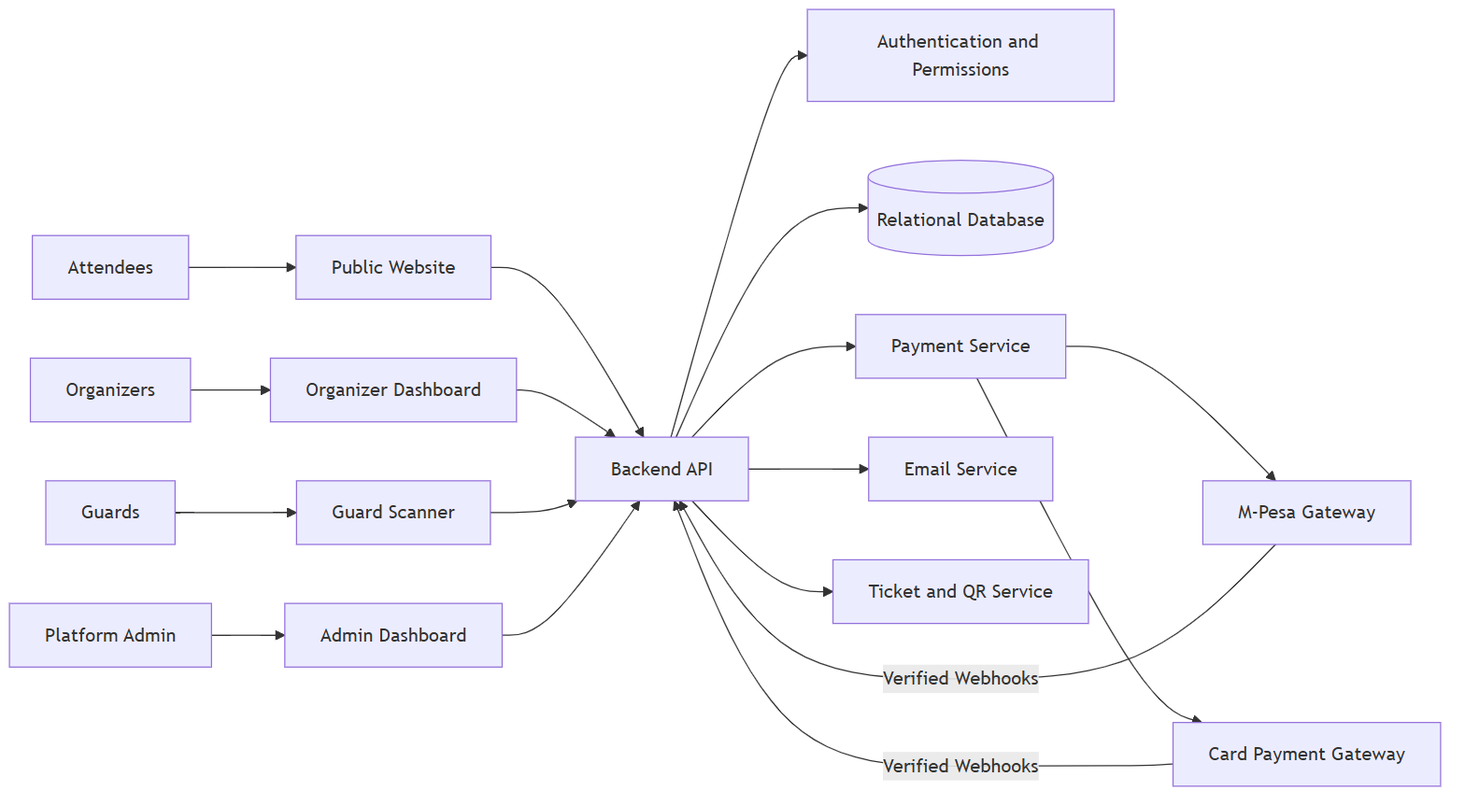
Above: doc/diagrams/v1/01-high-level-architecture.png in kreativesahara/ticket (Mermaid), before the change. Its source is kept beside it as doc/diagrams/v1/01-high-level-architecture.mmd.
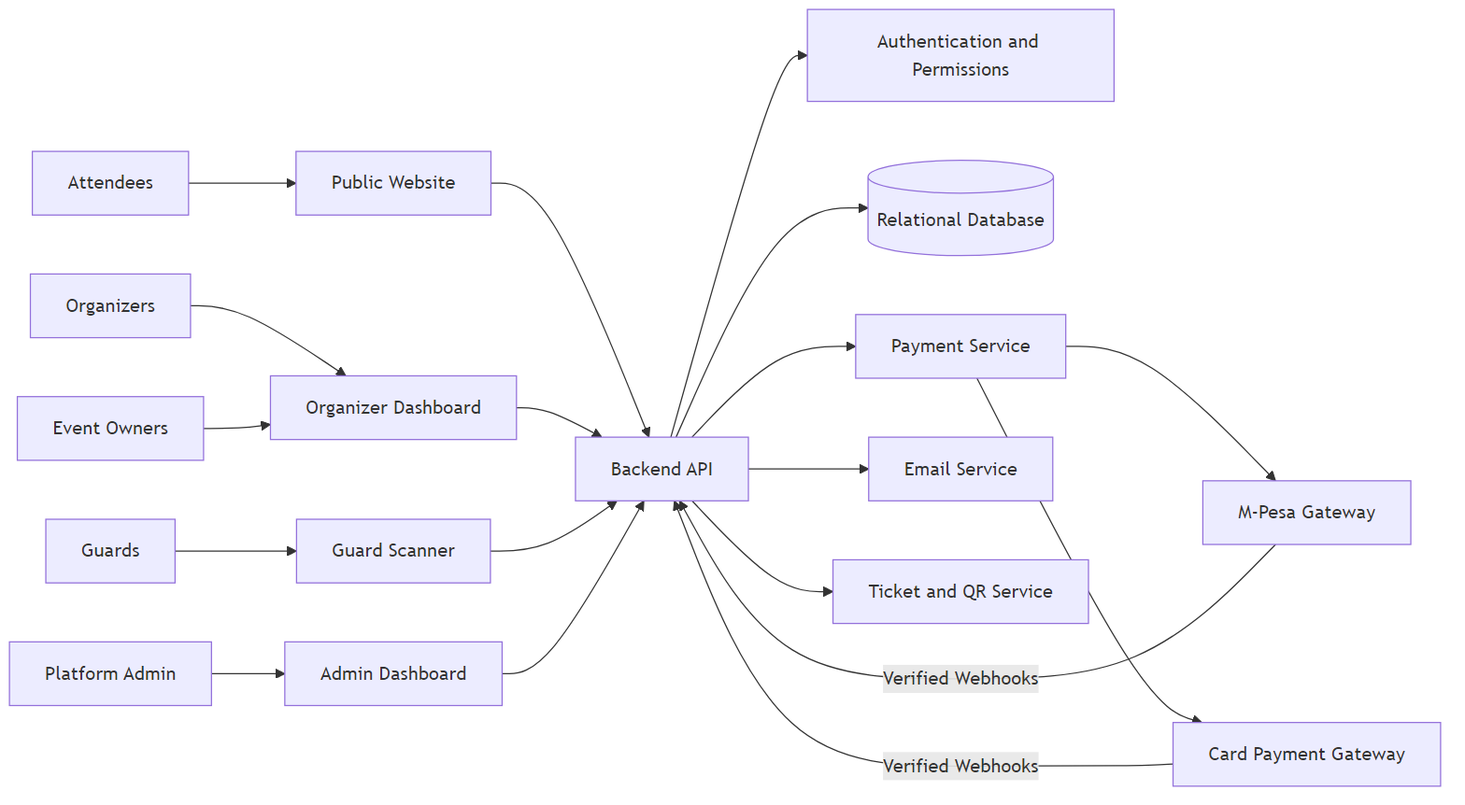
After the commit.

The edit, as a diff of the source:
```diff
@@ -1,6 +1,7 @@
 flowchart LR
     Attendees --> PW[Public Website]
     Organizers --> OD[Organizer Dashboard]
+    EO[Event Owners] --> OD
     Guards --> GS[Guard Scanner]
     PA[Platform Admin] --> AD[Admin Dashboard]
 
```
